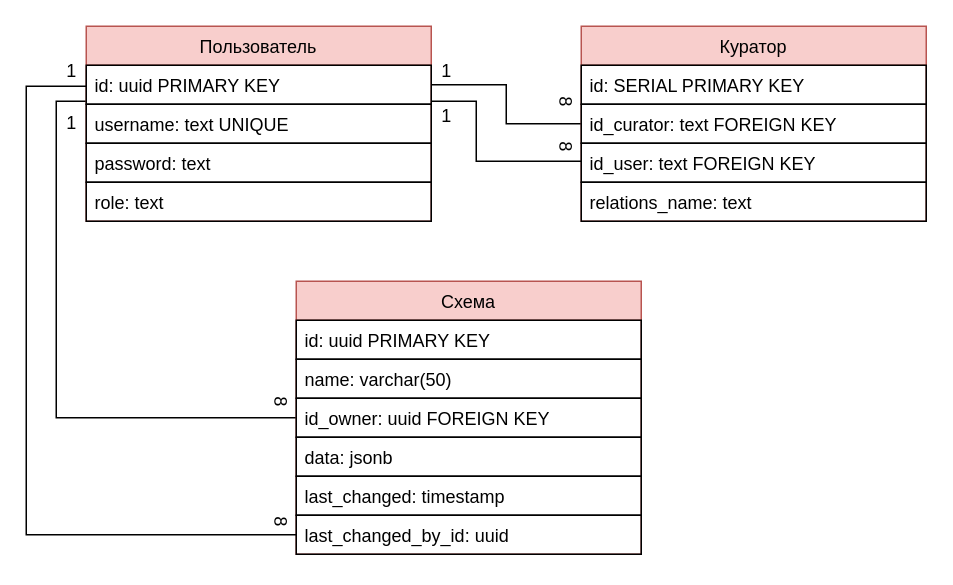
This is dizdocs/ER.drawio from samarsky-canary/dragon, a draw.io file, before an edit. Source tidied: cells renumbered, new cells numbered last; positions are measured from the earlier drawing's top-left corner, leaving out a move shared by most shapes. Both pictures are drawn from the tidied source at 150%, with x=0, y=0 at pixel (26, 26).
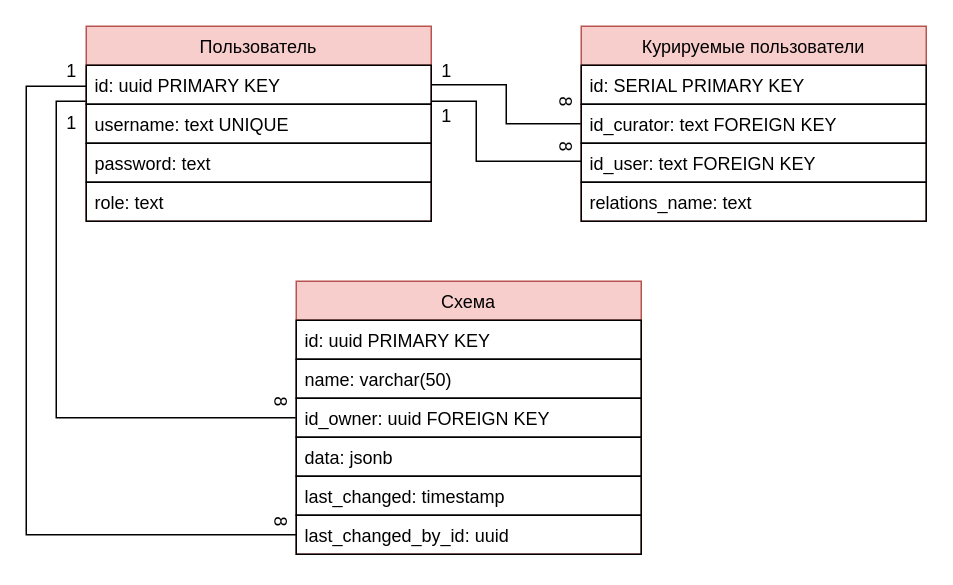
Above is the later version.

What changed in the source:
```diff
@@
-    <mxCell id="9" value="Куратор" style="swimlane;fontStyle=0;horizontal=1;startSize=26;fillColor=#f8cecc;strokeColor=#b85450;" parent="1" vertex="1">
+    <mxCell id="9" value="Курируемые пользователи" style="swimlane;fontStyle=0;horizontal=1;startSize=26;fillColor=#f8cecc;strokeColor=#b85450;" parent="1" vertex="1">
       <mxGeometry x="370" width="230" height="130" as="geometry" />
     </mxCell>
```
